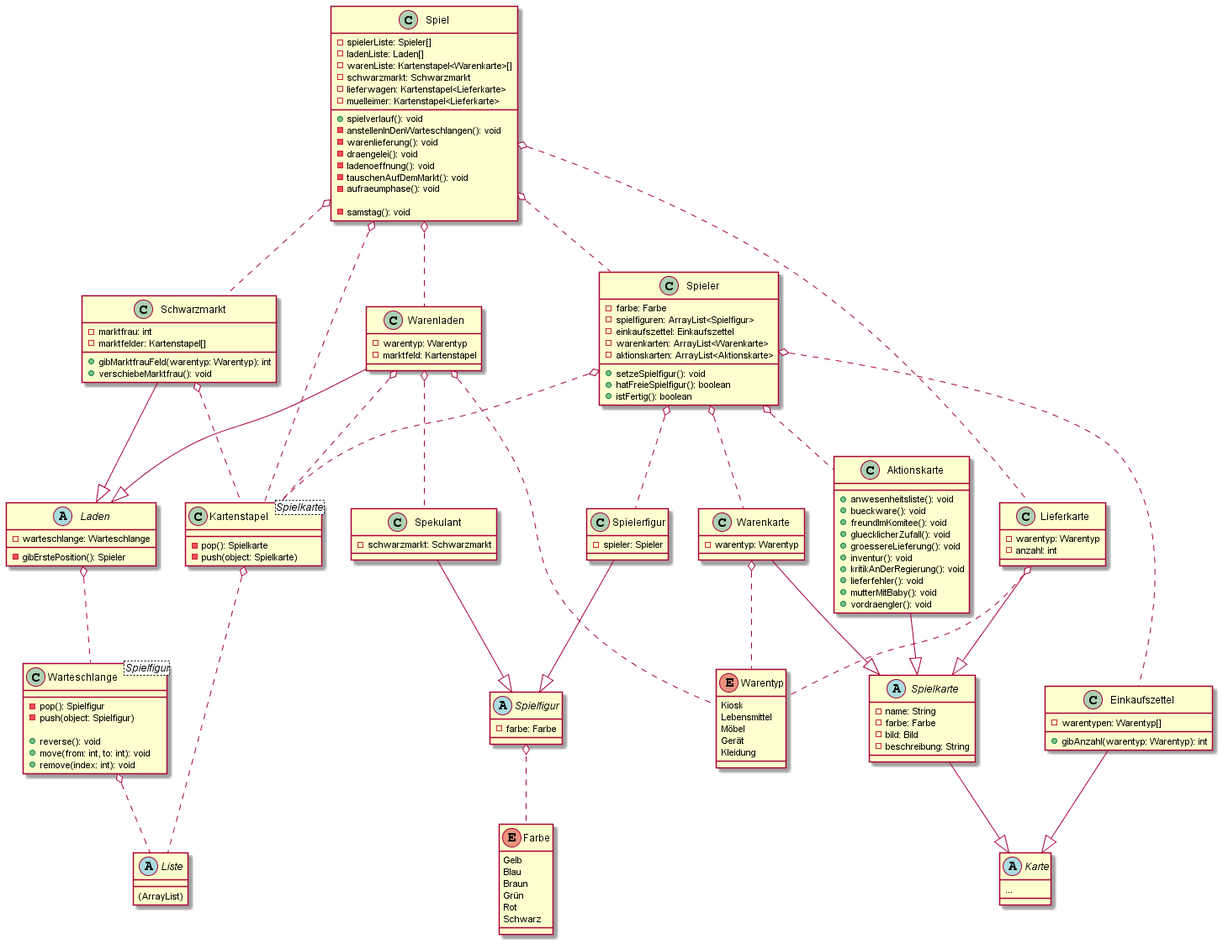
Above: docs/diagrams/out/classes/classes.png in Robintobin/Kolejka (PlantUML), before the change.
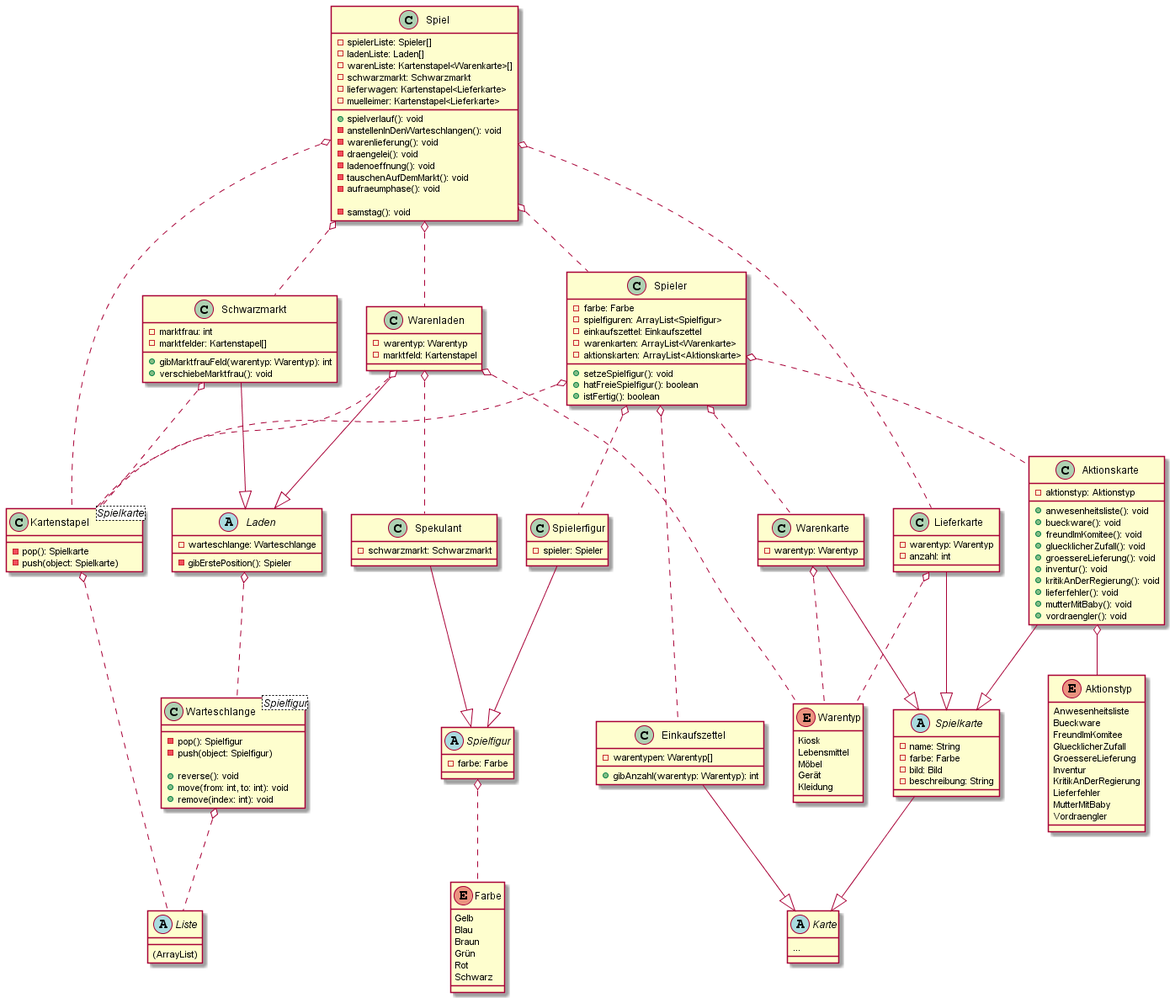
After the commit.

Commit message:
Update UML-Diagrams

Change to the diagram source:
```diff
@@ -76,6 +76,8 @@
     -anzahl: int
 }
 class Aktionskarte {
+    -aktionstyp: Aktionstyp
+
     +anwesenheitsliste(): void
     +bueckware(): void
     +freundImKomitee(): void
```
